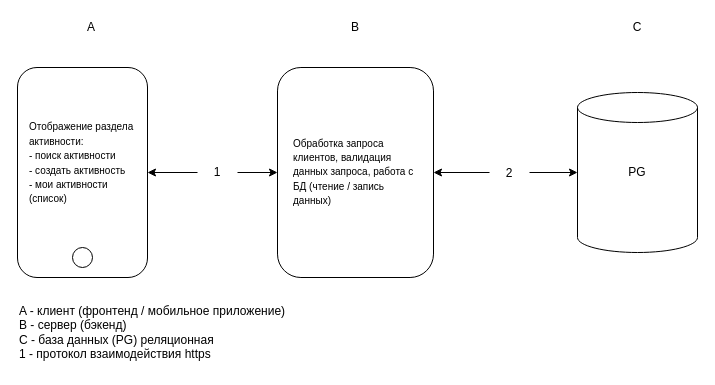
This is Kolykhalova_Elena/task_05_Architecture.drawio from abdullahproff/BSA21_1, a draw.io file, before an edit. Source tidied: cells renumbered, new cells numbered last; positions are measured from the earlier drawing's top-left corner, leaving out a move shared by most shapes. Both pictures are drawn from the tidied source at 100%, with x=0, y=0 at pixel (17, 17).
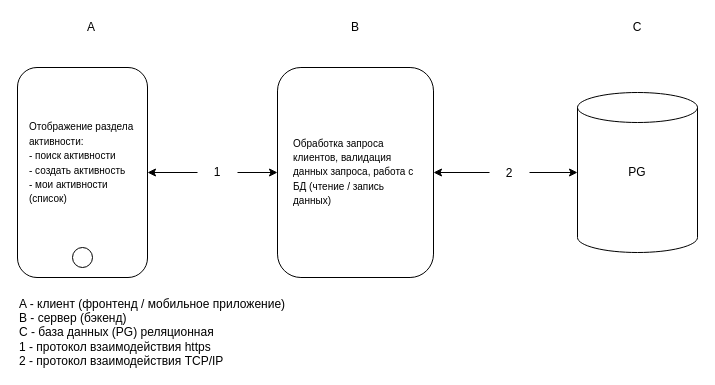
The same page after the edit.

Commit message (it also covers changes not shown here):
ref task_05

What changed in the source:
```diff
@@
 <mxGraphModel>
   <root>
     <mxCell id="0" />
     <mxCell id="1" parent="0" />
     <mxCell id="2" style="edgeStyle=orthogonalEdgeStyle;rounded=0;jettySize=auto;html=1;startArrow=classic;startFill=1;" parent="1" edge="1" source="3" target="4">
       <mxGeometry relative="1" as="geometry" />
     </mxCell>
     <mxCell id="3" style="rounded=1;whiteSpace=wrap;html=1;strokeWidth=1;" parent="1" vertex="1">
       <mxGeometry y="50" width="130" height="210" as="geometry" />
     </mxCell>
     <mxCell id="4" style="rounded=1;whiteSpace=wrap;html=1;strokeWidth=1;" parent="1" vertex="1">
       <mxGeometry x="260" y="50" width="156" height="210" as="geometry" />
     </mxCell>
     <mxCell id="5" style="ellipse;whiteSpace=wrap;html=1;" parent="1" vertex="1">
       <mxGeometry x="55" y="230" width="20" height="20" as="geometry" />
     </mxCell>
     <mxCell id="6" style="shape=cylinder3;whiteSpace=wrap;html=1;boundedLbl=1;backgroundOutline=1;size=15;" parent="1" vertex="1">
       <mxGeometry x="560" y="75" width="120" height="160" as="geometry" />
     </mxCell>
     <mxCell id="7" style="edgeStyle=orthogonalEdgeStyle;rounded=0;jettySize=auto;html=1;entryX=0;entryY=0.5;entryDx=0;entryDy=0;entryPerimeter=0;startArrow=classic;startFill=1;" parent="1" edge="1" source="4" target="6">
       <mxGeometry relative="1" as="geometry" />
     </mxCell>
     <mxCell id="8" value="A" style="rounded=0;whiteSpace=wrap;html=1;strokeColor=none;fillColor=none;" parent="1" vertex="1">
       <mxGeometry x="54.2" width="40" height="20" as="geometry" />
     </mxCell>
     <mxCell id="9" value="B" style="rounded=0;whiteSpace=wrap;html=1;strokeColor=none;fillColor=none;" parent="1" vertex="1">
       <mxGeometry x="318" width="40" height="20" as="geometry" />
     </mxCell>
     <mxCell id="10" value="C" style="rounded=0;whiteSpace=wrap;html=1;strokeColor=none;fillColor=none;" parent="1" vertex="1">
       <mxGeometry x="600" width="40" height="20" as="geometry" />
     </mxCell>
     <mxCell id="11" value="PG" style="rounded=0;whiteSpace=wrap;html=1;strokeColor=none;fillColor=none;" parent="1" vertex="1">
       <mxGeometry x="600" y="145" width="40" height="20" as="geometry" />
     </mxCell>
     <mxCell id="12" value="1" style="rounded=0;whiteSpace=wrap;html=1;strokeColor=none;fillColor=default;" parent="1" vertex="1">
       <mxGeometry x="180" y="145" width="40" height="20" as="geometry" />
     </mxCell>
     <mxCell id="13" value="2" style="rounded=0;whiteSpace=wrap;html=1;strokeColor=none;fillColor=default;" parent="1" vertex="1">
       <mxGeometry x="472" y="146" width="40" height="20" as="geometry" />
     </mxCell>
-    <mxCell id="14" value="A - клиент (фронтенд / мобильное приложение)&lt;div&gt;В - сервер (бэкенд)&lt;/div&gt;&lt;div&gt;С - база данных (PG) реляционная&lt;/div&gt;&lt;div&gt;1 - протокол взаимодействия https&lt;br&gt;&lt;/div&gt;" style="rounded=0;whiteSpace=wrap;html=1;strokeColor=none;fillColor=none;align=left;" parent="1" vertex="1">
+    <mxCell id="14" value="A - клиент (фронтенд / мобильное приложение)&lt;div&gt;В - сервер (бэкенд)&lt;/div&gt;&lt;div&gt;С - база данных (PG) реляционная&lt;/div&gt;&lt;div&gt;1 - протокол взаимодействия https&lt;br&gt;&lt;/div&gt;&lt;div&gt;2 - протокол взаимодействия TCP/IP&lt;/div&gt;" style="rounded=0;whiteSpace=wrap;html=1;strokeColor=none;fillColor=none;align=left;" parent="1" vertex="1">
       <mxGeometry y="280" width="305.8" height="70" as="geometry" />
     </mxCell>
     <mxCell id="15" value="&lt;div&gt;&lt;font style=&quot;font-size: 10px;&quot;&gt;Обработка запроса клиентов, валидация данных запроса, работа с БД (чтение / запись данных)&amp;nbsp;&lt;/font&gt;&lt;/div&gt;" style="rounded=0;whiteSpace=wrap;html=1;strokeColor=none;fillColor=none;align=left;" parent="1" vertex="1">
       <mxGeometry x="274" y="89" width="130" height="130" as="geometry" />
     </mxCell>
     <mxCell id="16" value="&lt;div&gt;&lt;font style=&quot;font-size: 10px;&quot;&gt;Отображение раздела активности:&lt;/font&gt;&lt;/div&gt;&lt;div&gt;&lt;font style=&quot;font-size: 10px;&quot;&gt;- поиск активности&lt;/font&gt;&lt;/div&gt;&lt;div&gt;&lt;font style=&quot;font-size: 10px;&quot;&gt;- создать активность&lt;/font&gt;&lt;/div&gt;&lt;div&gt;&lt;font style=&quot;font-size: 10px;&quot;&gt;- мои активности (список)&lt;/font&gt;&lt;/div&gt;" style="rounded=0;whiteSpace=wrap;html=1;strokeColor=none;fillColor=none;align=left;" parent="1" vertex="1">
       <mxGeometry x="10" y="70" width="110" height="150" as="geometry" />
     </mxCell>
   </root>
 </mxGraphModel>
```
